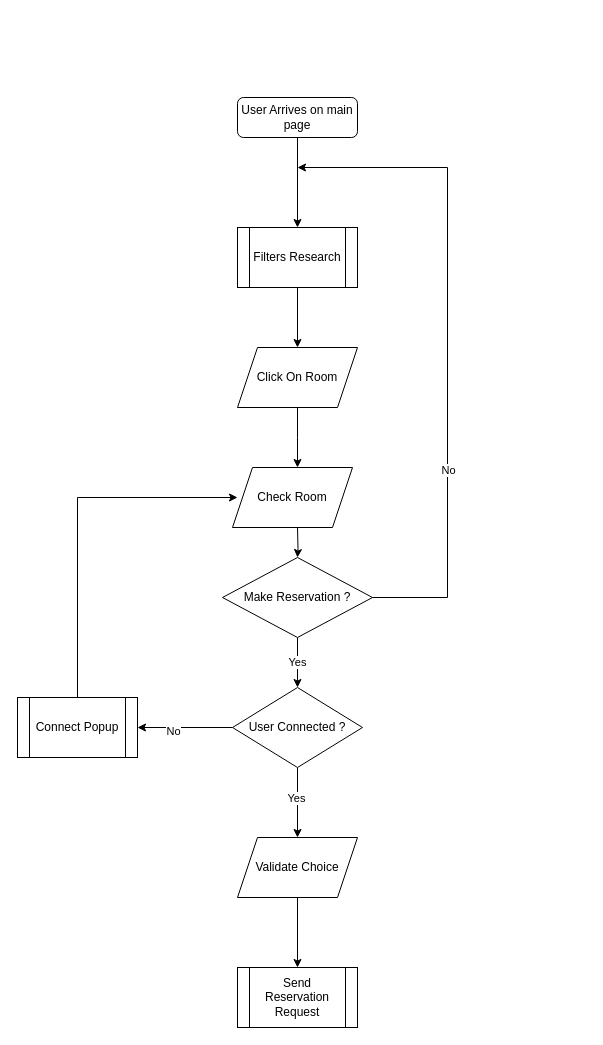
Conchero/ecf-back keeps this draw.io diagram as prodDocs/Algoritme/Main_Algo.drawio. Above is the earlier version. Source tidied: cells renumbered, new cells numbered last; positions are measured from the earlier drawing's top-left corner, leaving out a move shared by most shapes. Both pictures are drawn from the tidied source at 100%, with x=0, y=0 at pixel (17, 97).
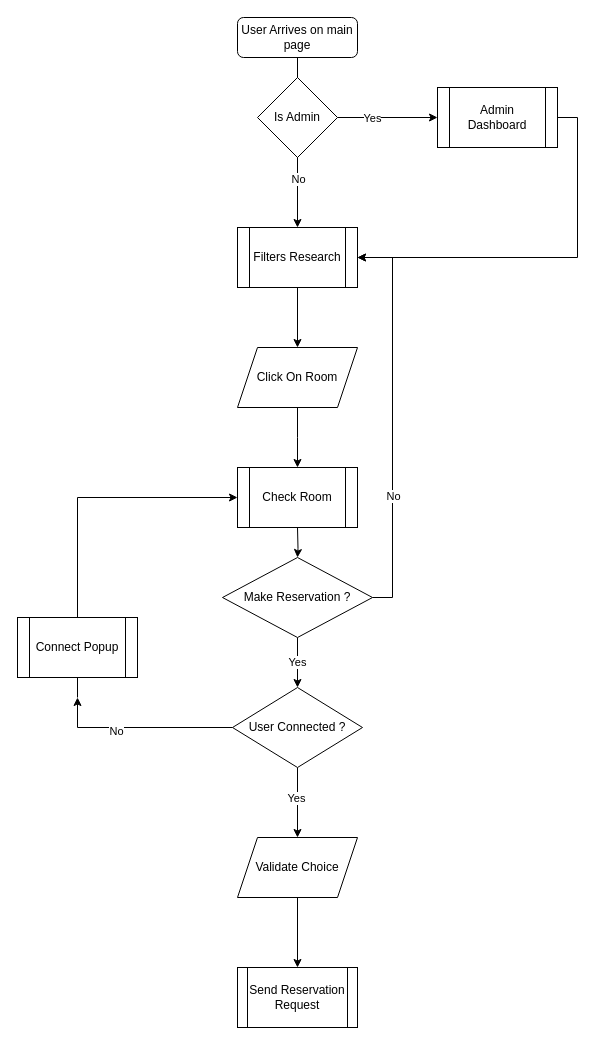
After the change.

Commit message:
Mettre à jour Main_Algo.drawio

The change refers to these unchanged cells:
```xml
<mxCell id="2" style="edgeStyle=orthogonalEdgeStyle;rounded=0;jettySize=auto;html=1;" parent="1" edge="1" source="3" target="5">
  <mxGeometry relative="1" as="geometry" />
</mxCell>
<mxCell id="5" value="Filters Research" style="shape=process;whiteSpace=wrap;html=1;backgroundOutline=1;" parent="1" vertex="1">
  <mxGeometry x="220" y="130" width="120" height="60" as="geometry" />
</mxCell>
<mxCell id="13" value="Make Reservation ?" style="rhombus;whiteSpace=wrap;html=1;" parent="1" vertex="1">
  <mxGeometry x="205" y="460" width="150" height="80" as="geometry" />
</mxCell>
<mxCell id="18" value="User Connected ?" style="rhombus;whiteSpace=wrap;html=1;" parent="1" vertex="1">
  <mxGeometry x="215" y="590" width="130" height="80" as="geometry" />
</mxCell>
```

The edit, as a diff of the source:
```diff
@@
+    <mxCell id="25" value="No" style="edgeLabel;html=1;align=center;verticalAlign=middle;" parent="2" vertex="1">
+      <mxGeometry x="0.42" relative="1" as="geometry" />
+    </mxCell>
     <mxCell id="3" value="User Arrives on main page" style="rounded=1;whiteSpace=wrap;html=1;fontSize=12;glass=0;strokeWidth=1;shadow=0;" parent="1" vertex="1">
-      <mxGeometry x="220" width="120" height="40" as="geometry" />
+      <mxGeometry x="220" y="-80" width="120" height="40" as="geometry" />
     </mxCell>
@@
-    <mxCell id="9" style="edgeStyle=orthogonalEdgeStyle;rounded=0;jettySize=auto;html=1;exitX=1;exitY=0.5;exitDx=0;exitDy=0;" parent="1" edge="1" source="13">
+    <mxCell id="9" style="edgeStyle=orthogonalEdgeStyle;rounded=0;jettySize=auto;html=1;exitX=1;exitY=0.5;exitDx=0;exitDy=0;entryX=1;entryY=0.5;entryDx=0;entryDy=0;" parent="1" edge="1" source="13" target="5">
       <mxGeometry relative="1" as="geometry">
-        <mxPoint x="280" y="70" as="targetPoint" />
         <Array as="points">
-          <mxPoint x="430" y="500" />
-          <mxPoint x="430" y="70" />
+          <mxPoint x="375" y="500" />
+          <mxPoint x="375" y="160" />
         </Array>
       </mxGeometry>
     </mxCell>
@@
-    <mxCell id="14" style="edgeStyle=orthogonalEdgeStyle;rounded=0;jettySize=auto;html=1;" parent="1" edge="1" source="18" target="20">
-      <mxGeometry relative="1" as="geometry" />
+    <mxCell id="14" style="edgeStyle=orthogonalEdgeStyle;rounded=0;jettySize=auto;html=1;" parent="1" edge="1" source="18">
+      <mxGeometry relative="1" as="geometry">
+        <mxPoint x="60" y="600" as="targetPoint" />
+        <Array as="points">
+          <mxPoint x="60" y="630" />
+        </Array>
+      </mxGeometry>
     </mxCell>
@@
-    <mxCell id="19" style="edgeStyle=orthogonalEdgeStyle;rounded=0;jettySize=auto;html=1;exitX=0.5;exitY=0;exitDx=0;exitDy=0;entryX=0;entryY=0.5;entryDx=0;entryDy=0;" parent="1" edge="1" source="20">
+    <mxCell id="19" style="edgeStyle=orthogonalEdgeStyle;rounded=0;orthogonalLoop=1;jettySize=auto;html=1;exitX=0.5;exitY=0;exitDx=0;exitDy=0;entryX=0;entryY=0.5;entryDx=0;entryDy=0;" parent="1" edge="1">
       <mxGeometry relative="1" as="geometry">
+        <mxPoint x="60" y="600" as="sourcePoint" />
         <mxPoint x="220" y="400" as="targetPoint" />
         <Array as="points">
           <mxPoint x="60" y="400" />
         </Array>
       </mxGeometry>
     </mxCell>
     <mxCell id="20" value="Connect Popup" style="shape=process;whiteSpace=wrap;html=1;backgroundOutline=1;" parent="1" vertex="1">
-      <mxGeometry y="600" width="120" height="60" as="geometry" />
+      <mxGeometry y="520" width="120" height="60" as="geometry" />
     </mxCell>
@@
-    <mxCell id="23" value="Send Reservation Request" style="shape=process;whiteSpace=wrap;html=1;backgroundOutline=1;" parent="1" vertex="1">
+    <mxCell id="23" value="Send Reservation Request" style="shape=process;whiteSpace=wrap;html=1;backgroundOutline=1;size=0.08333333333333333;" parent="1" vertex="1">
       <mxGeometry x="220" y="870" width="120" height="60" as="geometry" />
     </mxCell>
+    <mxCell id="26" style="edgeStyle=orthogonalEdgeStyle;rounded=0;jettySize=auto;html=1;" parent="1" edge="1" source="28" target="30">
+      <mxGeometry relative="1" as="geometry" />
+    </mxCell>
+    <mxCell id="27" value="Yes" style="edgeLabel;html=1;align=center;verticalAlign=middle;" parent="26" vertex="1">
+      <mxGeometry x="-0.33" relative="1" as="geometry" />
+    </mxCell>
+    <mxCell id="28" value="Is Admin" style="rhombus;whiteSpace=wrap;html=1;" parent="1" vertex="1">
+      <mxGeometry x="240" y="-20" width="80" height="80" as="geometry" />
+    </mxCell>
+    <mxCell id="29" style="edgeStyle=orthogonalEdgeStyle;rounded=0;jettySize=auto;html=1;exitX=1;exitY=0.5;exitDx=0;exitDy=0;" parent="1" edge="1" source="30">
+      <mxGeometry relative="1" as="geometry">
+        <mxPoint x="340" y="160" as="targetPoint" />
+        <Array as="points">
+          <mxPoint x="560" y="20" />
+          <mxPoint x="560" y="160" />
+        </Array>
+      </mxGeometry>
+    </mxCell>
+    <mxCell id="30" value="Admin Dashboard" style="shape=process;whiteSpace=wrap;html=1;backgroundOutline=1;" parent="1" vertex="1">
+      <mxGeometry x="420" y="-10" width="120" height="60" as="geometry" />
+    </mxCell>
-    <mxCell id="24" value="Check Room" style="shape=parallelogram;perimeter=parallelogramPerimeter;whiteSpace=wrap;html=1;fixedSize=1;" parent="1" vertex="1">
-      <mxGeometry x="215" y="370" width="120" height="60" as="geometry" />
+    <mxCell id="24" value="Check Room" style="shape=process;whiteSpace=wrap;html=1;backgroundOutline=1;" parent="1" vertex="1">
+      <mxGeometry x="220" y="370" width="120" height="60" as="geometry" />
     </mxCell>
```
